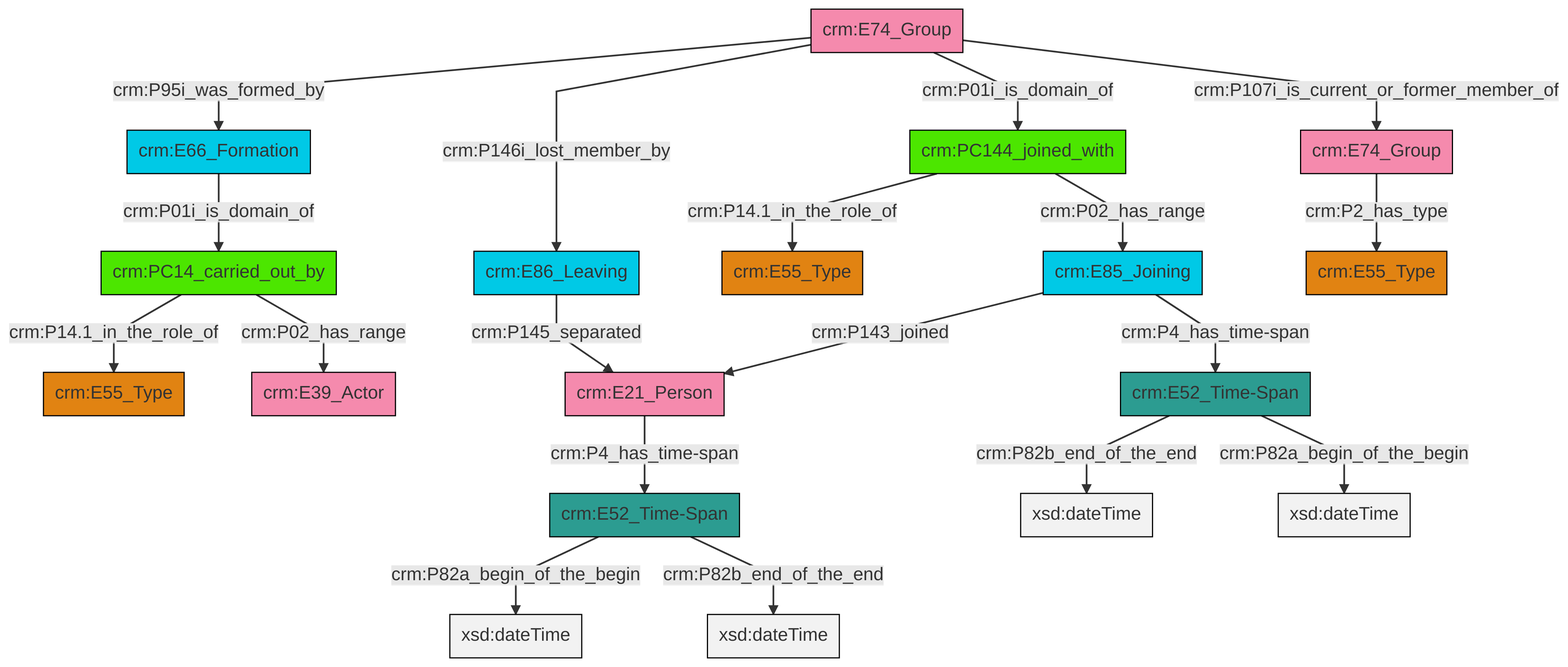
Earlier version of the Mermaid export et/groupCSV/ttl/mmd/png/group_actor_relations.png (swiss-art-research-net/docs.swissartresearch). Its source is kept beside it as et/groupCSV/ttl/mmd/group_actor_relations.ttl.mmd.
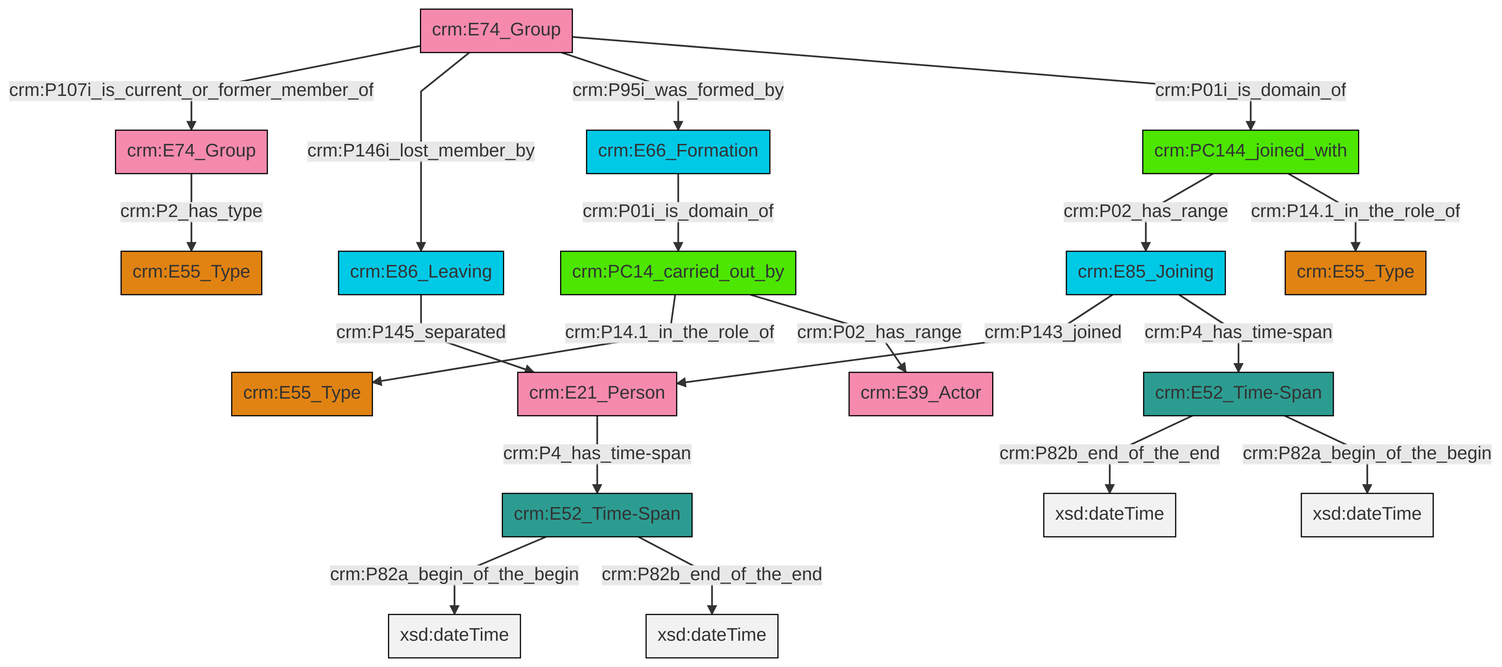
Later version of the same file.

The edit, as a diff of the source:
```diff
@@ -13,21 +13,21 @@
 classDef PC_Classes fill:#4ce600, stroke:#000000;
 classDef Multi fill:#cccccc,stroke:#000000;
 
-2["crm:PC144_joined_with"]:::PC_Classes -->|crm:P14.1_in_the_role_of| 3["crm:E55_Type"]:::Type
-6["crm:PC14_carried_out_by"]:::PC_Classes -->|crm:P14.1_in_the_role_of| 7["crm:E55_Type"]:::Type
-8["crm:E74_Group"]:::Actor -->|crm:P95i_was_formed_by| 4["crm:E66_Formation"]:::Temporal_Entity
-10["crm:E74_Group"]:::Actor -->|crm:P2_has_type| 12["crm:E55_Type"]:::Type
-0["crm:E52_Time-Span"]:::Time-Span -->|crm:P82b_end_of_the_end| 13[xsd:dateTime]:::Literal
-14["crm:E85_Joining"]:::Temporal_Entity -->|crm:P143_joined| 15["crm:E21_Person"]:::Actor
-4["crm:E66_Formation"]:::Temporal_Entity -->|crm:P01i_is_domain_of| 6["crm:PC14_carried_out_by"]:::PC_Classes
-8["crm:E74_Group"]:::Actor -->|crm:P146i_lost_member_by| 19["crm:E86_Leaving"]:::Temporal_Entity
-2["crm:PC144_joined_with"]:::PC_Classes -->|crm:P02_has_range| 14["crm:E85_Joining"]:::Temporal_Entity
-6["crm:PC14_carried_out_by"]:::PC_Classes -->|crm:P02_has_range| 17["crm:E39_Actor"]:::Actor
-19["crm:E86_Leaving"]:::Temporal_Entity -->|crm:P145_separated| 15["crm:E21_Person"]:::Actor
-24["crm:E52_Time-Span"]:::Time-Span -->|crm:P82a_begin_of_the_begin| 26[xsd:dateTime]:::Literal
-8["crm:E74_Group"]:::Actor -->|crm:P01i_is_domain_of| 2["crm:PC144_joined_with"]:::PC_Classes
-14["crm:E85_Joining"]:::Temporal_Entity -->|crm:P4_has_time-span| 0["crm:E52_Time-Span"]:::Time-Span
-8["crm:E74_Group"]:::Actor -->|crm:P107i_is_current_or_former_member_of| 10["crm:E74_Group"]:::Actor
-15["crm:E21_Person"]:::Actor -->|crm:P4_has_time-span| 24["crm:E52_Time-Span"]:::Time-Span
-24["crm:E52_Time-Span"]:::Time-Span -->|crm:P82b_end_of_the_end| 31[xsd:dateTime]:::Literal
-0["crm:E52_Time-Span"]:::Time-Span -->|crm:P82a_begin_of_the_begin| 33[xsd:dateTime]:::Literal
+0["crm:E85_Joining"]:::Temporal_Entity -->|crm:P143_joined| 1["crm:E21_Person"]:::Actor
+4["crm:E74_Group"]:::Actor -->|crm:P107i_is_current_or_former_member_of| 5["crm:E74_Group"]:::Actor
+6["crm:E52_Time-Span"]:::Time-Span -->|crm:P82a_begin_of_the_begin| 7[xsd:dateTime]:::Literal
+5["crm:E74_Group"]:::Actor -->|crm:P2_has_type| 9["crm:E55_Type"]:::Type
+10["crm:PC144_joined_with"]:::PC_Classes -->|crm:P02_has_range| 0["crm:E85_Joining"]:::Temporal_Entity
+12["crm:E66_Formation"]:::Temporal_Entity -->|crm:P01i_is_domain_of| 13["crm:PC14_carried_out_by"]:::PC_Classes
+13["crm:PC14_carried_out_by"]:::PC_Classes -->|crm:P14.1_in_the_role_of| 2["crm:E55_Type"]:::Type
+10["crm:PC144_joined_with"]:::PC_Classes -->|crm:P14.1_in_the_role_of| 14["crm:E55_Type"]:::Type
+13["crm:PC14_carried_out_by"]:::PC_Classes -->|crm:P02_has_range| 15["crm:E39_Actor"]:::Actor
+1["crm:E21_Person"]:::Actor -->|crm:P4_has_time-span| 6["crm:E52_Time-Span"]:::Time-Span
+4["crm:E74_Group"]:::Actor -->|crm:P146i_lost_member_by| 17["crm:E86_Leaving"]:::Temporal_Entity
+17["crm:E86_Leaving"]:::Temporal_Entity -->|crm:P145_separated| 1["crm:E21_Person"]:::Actor
+6["crm:E52_Time-Span"]:::Time-Span -->|crm:P82b_end_of_the_end| 24[xsd:dateTime]:::Literal
+22["crm:E52_Time-Span"]:::Time-Span -->|crm:P82b_end_of_the_end| 27[xsd:dateTime]:::Literal
+4["crm:E74_Group"]:::Actor -->|crm:P95i_was_formed_by| 12["crm:E66_Formation"]:::Temporal_Entity
+22["crm:E52_Time-Span"]:::Time-Span -->|crm:P82a_begin_of_the_begin| 31[xsd:dateTime]:::Literal
+4["crm:E74_Group"]:::Actor -->|crm:P01i_is_domain_of| 10["crm:PC144_joined_with"]:::PC_Classes
+0["crm:E85_Joining"]:::Temporal_Entity -->|crm:P4_has_time-span| 22["crm:E52_Time-Span"]:::Time-Span
```
